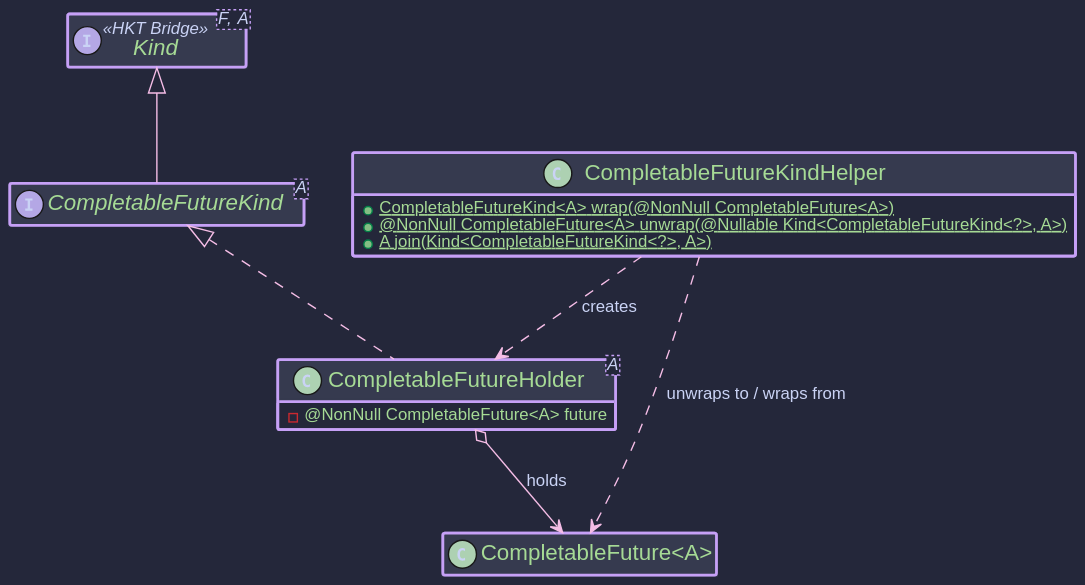
Above: hkj-book/src/images/puml/cf_kind.svg in higher-kinded-j/higher-kinded-j (PlantUML), before the change.
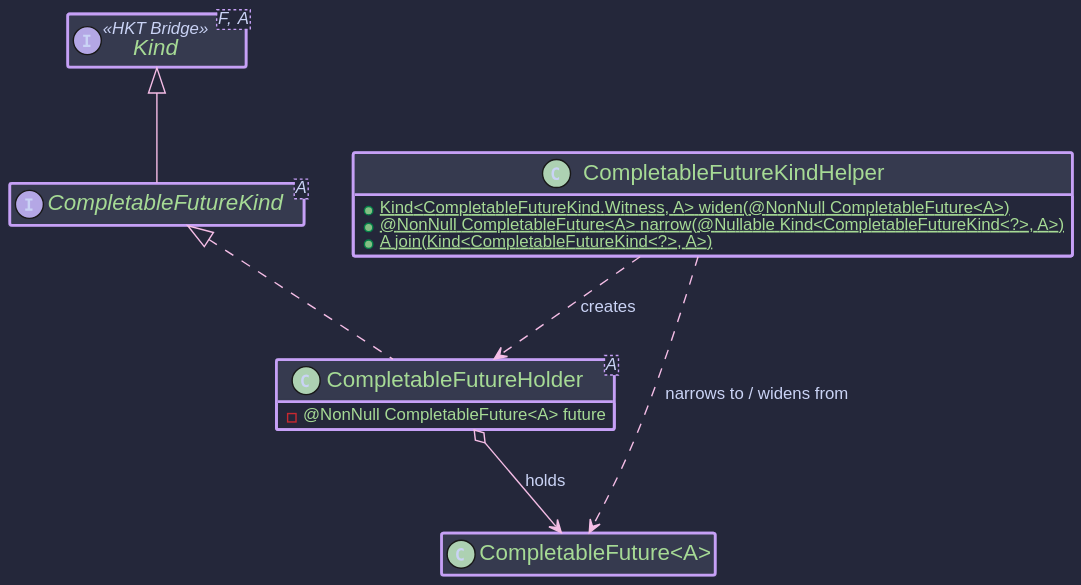
Above is the later version.

The edit, as a diff of the source:
```diff
@@ -12,8 +12,8 @@
 
 
   class CompletableFutureKindHelper {
-    + {static} CompletableFutureKind<A> wrap(@NonNull CompletableFuture<A>)
-    + {static} @NonNull CompletableFuture<A> unwrap(@Nullable Kind<CompletableFutureKind<?>, A>)
+    + {static} Kind<CompletableFutureKind.Witness, A> widen(@NonNull CompletableFuture<A>)
+    + {static} @NonNull CompletableFuture<A> narrow(@Nullable Kind<CompletableFutureKind<?>, A>)
     + {static} A join(Kind<CompletableFutureKind<?>, A>)
   }
 
@@ -22,6 +22,6 @@
   }
 
   CompletableFutureKindHelper ..> CompletableFutureHolder : creates
-  CompletableFutureKindHelper ..> "CompletableFuture<A>" : unwraps to / wraps from
+  CompletableFutureKindHelper ..> "CompletableFuture<A>" : narrows to / widens from
   CompletableFutureHolder o--> "CompletableFuture<A>" : holds
 @enduml
```
